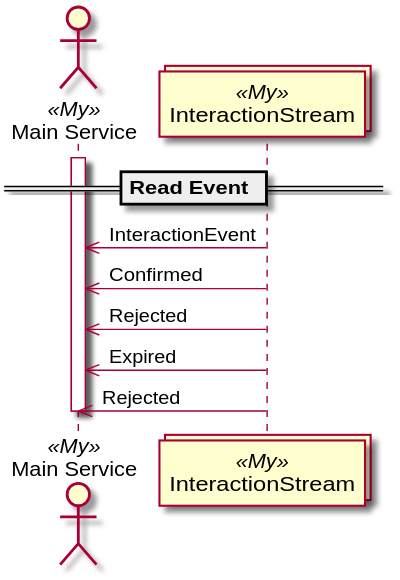
This is docs/tuc/examples/read-event.svg from TypedUseCase/tuc-console, a PlantUML export, as it was before one commit.
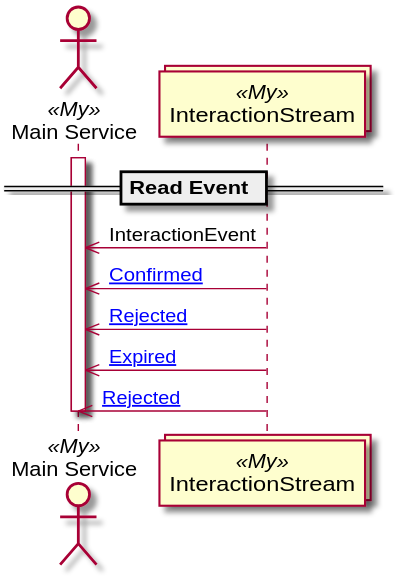
The same diagram one commit later.

Change to the diagram source:
```diff
@@ -8,10 +8,10 @@
 
 activate MainService
 InteractionStream ->> MainService: InteractionEvent
-InteractionStream ->> MainService: Confirmed
-InteractionStream ->> MainService: Rejected
-InteractionStream ->> MainService: Expired
-InteractionStream ->> MainService: Rejected
+InteractionStream ->> MainService: [[{InteractionEvent.Confirmed}Confirmed]]
+InteractionStream ->> MainService: [[{InteractionEvent.Rejected}Rejected]]
+InteractionStream ->> MainService: [[{InteractionEvent.Rejected.Expired}Expired]]
+InteractionStream ->> MainService: [[{InteractionEvent.Rejected.Rejected}Rejected]]
 
 deactivate MainService
 @enduml
```
